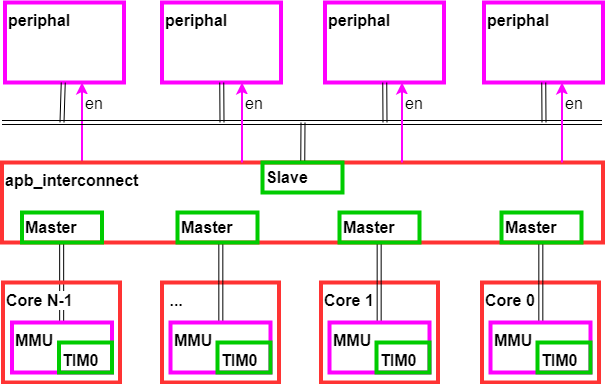
This is docs/img/interconnold.png from bendl/vmicro16, a draw.io export, as it was before one commit. Source tidied: cells renumbered, new cells last; positions are measured from the earlier drawing's top-left corner, leaving out a move shared by most shapes.
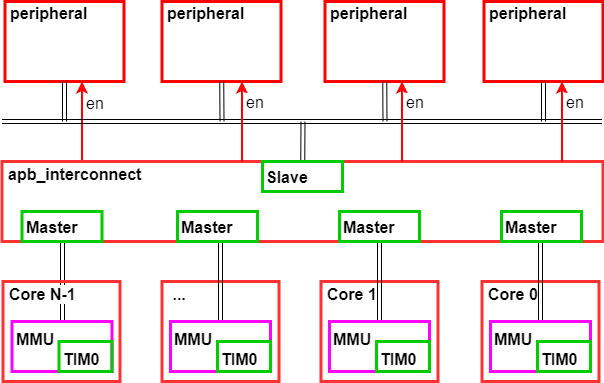
Above is the later version.

Commit message:
report: variable core support

Change to the diagram source:
```diff
@@ -2,16 +2,16 @@
   <root>
     <mxCell id="0" />
     <mxCell id="1" parent="0" />
-    <mxCell id="2" value="&amp;nbsp;..." style="rounded=0;whiteSpace=wrap;html=1;strokeColor=#FF3333;strokeWidth=4;fillColor=none;fontSize=16;align=left;fontStyle=1;verticalAlign=top;fontFamily=Helvetica;" parent="1" vertex="1">
+    <mxCell id="2" value="&amp;nbsp;..." style="rounded=0;whiteSpace=wrap;html=1;strokeColor=#FF3333;strokeWidth=3;fillColor=none;fontSize=16;align=left;fontStyle=1;verticalAlign=top;fontFamily=Helvetica;spacing=4;spacingTop=-7;" parent="1" vertex="1">
       <mxGeometry x="159.5" y="280" width="117" height="100" as="geometry" />
     </mxCell>
-    <mxCell id="3" value="Core 1" style="rounded=0;whiteSpace=wrap;html=1;strokeColor=#FF3333;strokeWidth=4;fillColor=none;fontSize=16;align=left;fontStyle=1;verticalAlign=top;fontFamily=Helvetica;" parent="1" vertex="1">
+    <mxCell id="3" value="Core 1" style="rounded=0;whiteSpace=wrap;html=1;strokeColor=#FF3333;strokeWidth=3;fillColor=none;fontSize=16;align=left;fontStyle=1;verticalAlign=top;fontFamily=Helvetica;spacing=4;spacingTop=-7;" parent="1" vertex="1">
       <mxGeometry x="318.5" y="280" width="117" height="100" as="geometry" />
     </mxCell>
-    <mxCell id="4" value="Core 0" style="rounded=0;whiteSpace=wrap;html=1;strokeColor=#FF3333;strokeWidth=4;fillColor=none;fontSize=16;align=left;fontStyle=1;verticalAlign=top;fontFamily=Helvetica;" parent="1" vertex="1">
+    <mxCell id="4" value="Core 0" style="rounded=0;whiteSpace=wrap;html=1;strokeColor=#FF3333;strokeWidth=3;fillColor=none;fontSize=16;align=left;fontStyle=1;verticalAlign=top;fontFamily=Helvetica;spacing=4;spacingTop=-7;" parent="1" vertex="1">
       <mxGeometry x="479.5" y="280" width="117" height="100" as="geometry" />
     </mxCell>
-    <mxCell id="5" style="rounded=0;jettySize=auto;html=1;exitX=0.25;exitY=0;exitDx=0;exitDy=0;fontSize=16;strokeWidth=2;edgeStyle=elbowEdgeStyle;strokeColor=#FF00FF;fontFamily=Helvetica;" parent="1" edge="1" source="7" target="8">
+    <mxCell id="5" style="rounded=0;jettySize=auto;html=1;exitX=0.25;exitY=0;exitDx=0;exitDy=0;fontSize=16;strokeWidth=2;edgeStyle=elbowEdgeStyle;strokeColor=#FF0000;fontFamily=Helvetica;" parent="1" edge="1" source="7" target="8">
       <mxGeometry relative="1" as="geometry">
         <Array as="points">
           <mxPoint x="79.5" y="110" />
@@ -26,19 +26,19 @@
         <mxPoint x="10.5" y="-2" as="offset" />
       </mxGeometry>
     </mxCell>
-    <mxCell id="7" value="apb_interconnect" style="rounded=0;whiteSpace=wrap;html=1;strokeColor=#FF3333;strokeWidth=4;fillColor=none;fontSize=16;align=left;fontStyle=1;verticalAlign=top;fontFamily=Helvetica;" parent="1" vertex="1">
+    <mxCell id="7" value="apb_interconnect" style="rounded=0;whiteSpace=wrap;html=1;strokeColor=#FF3333;strokeWidth=3;fillColor=none;fontSize=16;align=left;fontStyle=1;verticalAlign=top;fontFamily=Helvetica;spacing=4;spacingTop=-7;" parent="1" vertex="1">
       <mxGeometry x="-0.5" y="160" width="601" height="80" as="geometry" />
     </mxCell>
-    <mxCell id="8" value="periphal" style="rounded=0;whiteSpace=wrap;html=1;strokeColor=#FF00FF;strokeWidth=4;fillColor=none;fontSize=16;align=left;fontStyle=1;verticalAlign=top;fontFamily=Helvetica;" parent="1" vertex="1">
+    <mxCell id="8" value="peripheral" style="rounded=0;whiteSpace=wrap;html=1;strokeColor=#FF0000;strokeWidth=3;fillColor=none;fontSize=16;align=left;fontStyle=1;verticalAlign=top;fontFamily=Helvetica;spacing=3;spacingTop=-7;" parent="1" vertex="1">
       <mxGeometry x="2.5" width="119" height="80" as="geometry" />
     </mxCell>
-    <mxCell id="9" value="periphal" style="rounded=0;whiteSpace=wrap;html=1;strokeColor=#FF00FF;strokeWidth=4;fillColor=none;fontSize=16;align=left;fontStyle=1;verticalAlign=top;fontFamily=Helvetica;" parent="1" vertex="1">
+    <mxCell id="9" value="peripheral" style="rounded=0;whiteSpace=wrap;html=1;strokeColor=#FF0000;strokeWidth=3;fillColor=none;fontSize=16;align=left;fontStyle=1;verticalAlign=top;fontFamily=Helvetica;spacing=3;spacingTop=-7;" parent="1" vertex="1">
       <mxGeometry x="159.5" width="119" height="80" as="geometry" />
     </mxCell>
-    <mxCell id="10" value="periphal" style="rounded=0;whiteSpace=wrap;html=1;strokeColor=#FF00FF;strokeWidth=4;fillColor=none;fontSize=16;align=left;fontStyle=1;verticalAlign=top;fontFamily=Helvetica;" parent="1" vertex="1">
+    <mxCell id="10" value="peripheral" style="rounded=0;whiteSpace=wrap;html=1;strokeColor=#FF0000;strokeWidth=3;fillColor=none;fontSize=16;align=left;fontStyle=1;verticalAlign=top;fontFamily=Helvetica;spacing=3;spacingTop=-7;" parent="1" vertex="1">
       <mxGeometry x="322.5" width="119" height="80" as="geometry" />
     </mxCell>
-    <mxCell id="11" value="periphal" style="rounded=0;whiteSpace=wrap;html=1;strokeColor=#FF00FF;strokeWidth=4;fillColor=none;fontSize=16;align=left;fontStyle=1;verticalAlign=top;fontFamily=Helvetica;" parent="1" vertex="1">
+    <mxCell id="11" value="peripheral" style="rounded=0;whiteSpace=wrap;html=1;strokeColor=#FF0000;strokeWidth=3;fillColor=none;fontSize=16;align=left;fontStyle=1;verticalAlign=top;fontFamily=Helvetica;spacing=3;spacingTop=-7;" parent="1" vertex="1">
       <mxGeometry x="481.5" width="119" height="80" as="geometry" />
     </mxCell>
     <mxCell id="12" style="shape=link;html=1;fontSize=16;fontFamily=Helvetica;" parent="1" edge="1">
@@ -61,7 +61,7 @@
     </mxCell>
     <mxCell id="17" style="shape=link;html=1;fontSize=16;fontFamily=Helvetica;" parent="1" edge="1" target="8">
       <mxGeometry relative="1" as="geometry">
-        <mxPoint x="59.5" y="120" as="sourcePoint" />
+        <mxPoint x="62" y="120" as="sourcePoint" />
       </mxGeometry>
     </mxCell>
     <mxCell id="18" style="shape=link;html=1;fontSize=16;fontFamily=Helvetica;" parent="1" edge="1" target="9">
@@ -76,7 +76,7 @@
     </mxCell>
     <mxCell id="20" style="shape=link;html=1;fontSize=16;fontFamily=Helvetica;" parent="1" edge="1" target="11">
       <mxGeometry relative="1" as="geometry">
-        <mxPoint x="541.5" y="120" as="sourcePoint" />
+        <mxPoint x="541" y="120" as="sourcePoint" />
       </mxGeometry>
     </mxCell>
     <mxCell id="21" style="shape=link;html=1;fontSize=16;fontFamily=Helvetica;" parent="1" edge="1" source="7">
@@ -84,7 +84,7 @@
         <mxPoint x="300.5" y="120" as="targetPoint" />
       </mxGeometry>
     </mxCell>
-    <mxCell id="22" style="rounded=0;jettySize=auto;html=1;fontSize=16;strokeWidth=2;edgeStyle=elbowEdgeStyle;strokeColor=#FF00FF;fontFamily=Helvetica;" parent="1" edge="1" source="7" target="9">
+    <mxCell id="22" style="rounded=0;jettySize=auto;html=1;fontSize=16;strokeWidth=2;edgeStyle=elbowEdgeStyle;strokeColor=#FF0000;fontFamily=Helvetica;" parent="1" edge="1" source="7" target="9">
       <mxGeometry relative="1" as="geometry">
         <Array as="points">
           <mxPoint x="239.5" y="110" />
@@ -99,7 +99,7 @@
         <mxPoint x="12.5" y="1.5" as="offset" />
       </mxGeometry>
     </mxCell>
-    <mxCell id="24" value="en" style="rounded=0;jettySize=auto;html=1;fontSize=16;strokeWidth=2;edgeStyle=elbowEdgeStyle;strokeColor=#FF00FF;fontFamily=Helvetica;" parent="1" edge="1" source="7" target="10">
+    <mxCell id="24" value="en" style="rounded=0;jettySize=auto;html=1;fontSize=16;strokeWidth=2;edgeStyle=elbowEdgeStyle;strokeColor=#FF0000;fontFamily=Helvetica;" parent="1" edge="1" source="7" target="10">
       <mxGeometry x="0.5" y="-12" relative="1" as="geometry">
         <Array as="points">
           <mxPoint x="399.5" y="120" />
@@ -110,7 +110,7 @@
         <mxPoint x="1" as="offset" />
       </mxGeometry>
     </mxCell>
-    <mxCell id="25" style="rounded=0;jettySize=auto;html=1;fontSize=16;strokeWidth=2;edgeStyle=elbowEdgeStyle;strokeColor=#FF00FF;fontFamily=Helvetica;" parent="1" edge="1" source="7" target="11">
+    <mxCell id="25" style="rounded=0;jettySize=auto;html=1;fontSize=16;strokeWidth=2;edgeStyle=elbowEdgeStyle;strokeColor=#FF0000;fontFamily=Helvetica;" parent="1" edge="1" source="7" target="11">
       <mxGeometry relative="1" as="geometry">
         <Array as="points">
           <mxPoint x="559.5" y="130" />
@@ -125,46 +125,46 @@
         <mxPoint x="12.5" y="-5" as="offset" />
       </mxGeometry>
     </mxCell>
-    <mxCell id="27" value="MMU" style="rounded=0;whiteSpace=wrap;html=1;strokeColor=#FF00FF;strokeWidth=4;fillColor=none;fontSize=16;align=left;fontStyle=1;verticalAlign=top;fontFamily=Helvetica;" parent="1" vertex="1">
-      <mxGeometry x="9.5" y="320" width="100" height="50" as="geometry" />
-    </mxCell>
-    <mxCell id="28" value="TIM0" style="rounded=0;whiteSpace=wrap;html=1;strokeColor=#00CC00;strokeWidth=4;fillColor=none;fontSize=16;align=left;fontStyle=1;verticalAlign=top;fontFamily=Helvetica;" parent="1" vertex="1">
-      <mxGeometry x="56.5" y="340" width="53" height="30" as="geometry" />
-    </mxCell>
-    <mxCell id="29" value="MMU" style="rounded=0;whiteSpace=wrap;html=1;strokeColor=#FF00FF;strokeWidth=4;fillColor=none;fontSize=16;align=left;fontStyle=1;verticalAlign=top;fontFamily=Helvetica;" parent="1" vertex="1">
+    <mxCell id="29" value="MMU" style="rounded=0;whiteSpace=wrap;html=1;strokeColor=#FF00FF;strokeWidth=3;fillColor=none;fontSize=16;align=left;fontStyle=1;verticalAlign=top;fontFamily=Helvetica;" parent="1" vertex="1">
       <mxGeometry x="168" y="320" width="100" height="50" as="geometry" />
     </mxCell>
-    <mxCell id="30" value="TIM0" style="rounded=0;whiteSpace=wrap;html=1;strokeColor=#00CC00;strokeWidth=4;fillColor=none;fontSize=16;align=left;fontStyle=1;verticalAlign=top;fontFamily=Helvetica;" parent="1" vertex="1">
+    <mxCell id="30" value="TIM0" style="rounded=0;whiteSpace=wrap;html=1;strokeColor=#00CC00;strokeWidth=3;fillColor=none;fontSize=16;align=left;fontStyle=1;verticalAlign=top;fontFamily=Helvetica;" parent="1" vertex="1">
       <mxGeometry x="215" y="340" width="53" height="30" as="geometry" />
     </mxCell>
-    <mxCell id="31" value="MMU" style="rounded=0;whiteSpace=wrap;html=1;strokeColor=#FF00FF;strokeWidth=4;fillColor=none;fontSize=16;align=left;fontStyle=1;verticalAlign=top;fontFamily=Helvetica;" parent="1" vertex="1">
+    <mxCell id="31" value="MMU" style="rounded=0;whiteSpace=wrap;html=1;strokeColor=#FF00FF;strokeWidth=3;fillColor=none;fontSize=16;align=left;fontStyle=1;verticalAlign=top;fontFamily=Helvetica;" parent="1" vertex="1">
       <mxGeometry x="327" y="320" width="100" height="50" as="geometry" />
     </mxCell>
-    <mxCell id="32" value="TIM0" style="rounded=0;whiteSpace=wrap;html=1;strokeColor=#00CC00;strokeWidth=4;fillColor=none;fontSize=16;align=left;fontStyle=1;verticalAlign=top;fontFamily=Helvetica;" parent="1" vertex="1">
+    <mxCell id="32" value="TIM0" style="rounded=0;whiteSpace=wrap;html=1;strokeColor=#00CC00;strokeWidth=3;fillColor=none;fontSize=16;align=left;fontStyle=1;verticalAlign=top;fontFamily=Helvetica;" parent="1" vertex="1">
       <mxGeometry x="374" y="340" width="53" height="30" as="geometry" />
     </mxCell>
-    <mxCell id="33" value="MMU" style="rounded=0;whiteSpace=wrap;html=1;strokeColor=#FF00FF;strokeWidth=4;fillColor=none;fontSize=16;align=left;fontStyle=1;verticalAlign=top;fontFamily=Helvetica;" parent="1" vertex="1">
+    <mxCell id="33" value="MMU" style="rounded=0;whiteSpace=wrap;html=1;strokeColor=#FF00FF;strokeWidth=3;fillColor=none;fontSize=16;align=left;fontStyle=1;verticalAlign=top;fontFamily=Helvetica;" parent="1" vertex="1">
       <mxGeometry x="488" y="320" width="100" height="50" as="geometry" />
     </mxCell>
-    <mxCell id="34" value="TIM0" style="rounded=0;whiteSpace=wrap;html=1;strokeColor=#00CC00;strokeWidth=4;fillColor=none;fontSize=16;align=left;fontStyle=1;verticalAlign=top;fontFamily=Helvetica;" parent="1" vertex="1">
+    <mxCell id="34" value="TIM0" style="rounded=0;whiteSpace=wrap;html=1;strokeColor=#00CC00;strokeWidth=3;fillColor=none;fontSize=16;align=left;fontStyle=1;verticalAlign=top;fontFamily=Helvetica;" parent="1" vertex="1">
       <mxGeometry x="535" y="340" width="53" height="30" as="geometry" />
     </mxCell>
-    <mxCell id="35" value="Master" style="rounded=0;whiteSpace=wrap;html=1;strokeColor=#00CC00;strokeWidth=4;fillColor=none;fontSize=16;align=left;fontStyle=1;fontFamily=Helvetica;" parent="1" vertex="1">
+    <mxCell id="35" value="Master" style="rounded=0;whiteSpace=wrap;html=1;strokeColor=#00CC00;strokeWidth=3;fillColor=none;fontSize=16;align=left;fontStyle=1;fontFamily=Helvetica;" parent="1" vertex="1">
       <mxGeometry x="19.5" y="210" width="80" height="30" as="geometry" />
     </mxCell>
-    <mxCell id="36" value="Master" style="rounded=0;whiteSpace=wrap;html=1;strokeColor=#00CC00;strokeWidth=4;fillColor=none;fontSize=16;align=left;fontStyle=1;fontFamily=Helvetica;" parent="1" vertex="1">
+    <mxCell id="36" value="Master" style="rounded=0;whiteSpace=wrap;html=1;strokeColor=#00CC00;strokeWidth=3;fillColor=none;fontSize=16;align=left;fontStyle=1;fontFamily=Helvetica;" parent="1" vertex="1">
       <mxGeometry x="175" y="210" width="80" height="30" as="geometry" />
     </mxCell>
-    <mxCell id="37" value="Master" style="rounded=0;whiteSpace=wrap;html=1;strokeColor=#00CC00;strokeWidth=4;fillColor=none;fontSize=16;align=left;fontStyle=1;fontFamily=Helvetica;" parent="1" vertex="1">
+    <mxCell id="37" value="Master" style="rounded=0;whiteSpace=wrap;html=1;strokeColor=#00CC00;strokeWidth=3;fillColor=none;fontSize=16;align=left;fontStyle=1;fontFamily=Helvetica;" parent="1" vertex="1">
       <mxGeometry x="337" y="210" width="80" height="30" as="geometry" />
     </mxCell>
-    <mxCell id="38" value="Master" style="rounded=0;whiteSpace=wrap;html=1;strokeColor=#00CC00;strokeWidth=4;fillColor=none;fontSize=16;align=left;fontStyle=1;fontFamily=Helvetica;" parent="1" vertex="1">
+    <mxCell id="38" value="Master" style="rounded=0;whiteSpace=wrap;html=1;strokeColor=#00CC00;strokeWidth=3;fillColor=none;fontSize=16;align=left;fontStyle=1;fontFamily=Helvetica;" parent="1" vertex="1">
       <mxGeometry x="499" y="210" width="80" height="30" as="geometry" />
     </mxCell>
-    <mxCell id="39" value="Slave" style="rounded=0;whiteSpace=wrap;html=1;strokeColor=#00CC00;strokeWidth=4;fillColor=none;fontSize=16;align=left;fontStyle=1;fontFamily=Helvetica;" parent="1" vertex="1">
+    <mxCell id="39" value="Slave" style="rounded=0;whiteSpace=wrap;html=1;strokeColor=#00CC00;strokeWidth=3;fillColor=none;fontSize=16;align=left;fontStyle=1;fontFamily=Helvetica;" parent="1" vertex="1">
       <mxGeometry x="260" y="160" width="80" height="30" as="geometry" />
     </mxCell>
+    <mxCell id="27" value="MMU" style="rounded=0;whiteSpace=wrap;html=1;strokeColor=#FF00FF;strokeWidth=3;fillColor=none;fontSize=16;align=left;fontStyle=1;verticalAlign=top;fontFamily=Helvetica;" parent="1" vertex="1">
+      <mxGeometry x="9.5" y="320" width="100" height="50" as="geometry" />
+    </mxCell>
+    <mxCell id="28" value="TIM0" style="rounded=0;whiteSpace=wrap;html=1;strokeColor=#00CC00;strokeWidth=3;fillColor=none;fontSize=16;align=left;fontStyle=1;verticalAlign=top;fontFamily=Helvetica;" parent="1" vertex="1">
+      <mxGeometry x="56.5" y="340" width="53" height="30" as="geometry" />
+    </mxCell>
-    <mxCell id="40" value="Core N-1" style="rounded=0;whiteSpace=wrap;html=1;strokeColor=#FF3333;strokeWidth=4;fillColor=none;fontSize=16;align=left;fontStyle=1;verticalAlign=top;fontFamily=Helvetica;labelBackgroundColor=#ffffff;" parent="1" vertex="1">
+    <mxCell id="40" value="Core N-1" style="rounded=0;whiteSpace=wrap;html=1;strokeColor=#FF3333;strokeWidth=3;fillColor=none;fontSize=16;align=left;fontStyle=1;verticalAlign=top;fontFamily=Helvetica;labelBackgroundColor=#ffffff;spacing=4;spacingTop=-7;" parent="1" vertex="1">
       <mxGeometry x="0.5" y="280" width="117" height="100" as="geometry" />
     </mxCell>
   </root>
```
